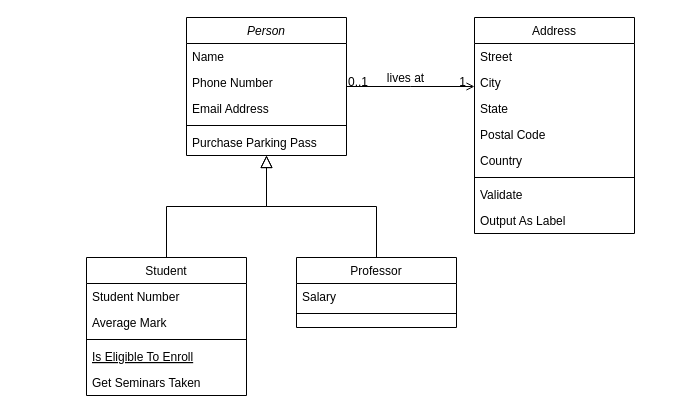
lvmq/emop keeps this draw.io diagram as EC.drawio. Above is the earlier version. Source tidied: cells renumbered, new cells numbered last; positions are measured from the earlier drawing's top-left corner, leaving out a move shared by most shapes. Both pictures are drawn from the tidied source at 100%, with x=0, y=0 at pixel (86, 17).
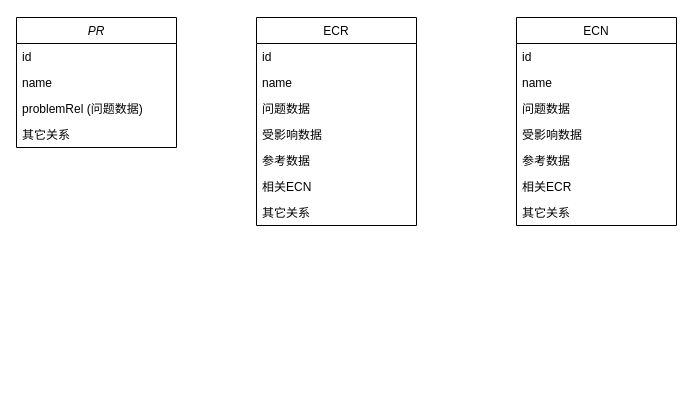
The same diagram, later.

Commit message:
定义变更模型

Diff of the diagram source:
```diff
@@
-    <mxCell id="2" value="Person" style="swimlane;fontStyle=2;align=center;verticalAlign=top;horizontal=1;startSize=26;rounded=0;shadow=0;strokeWidth=1;" parent="1" vertex="1">
-      <mxGeometry x="100" width="160" height="138" as="geometry" />
+    <mxCell id="2" value="PR" style="swimlane;fontStyle=2;align=center;verticalAlign=top;horizontal=1;startSize=26;rounded=0;shadow=0;strokeWidth=1;" parent="1" vertex="1">
+      <mxGeometry x="-70" width="160" height="130" as="geometry" />
     </mxCell>
-    <mxCell id="3" value="Name" style="text;align=left;verticalAlign=top;spacingLeft=4;spacingRight=4;overflow=hidden;" parent="2" vertex="1">
+    <mxCell id="3" value="id" style="text;align=left;verticalAlign=top;spacingLeft=4;spacingRight=4;overflow=hidden;" parent="2" vertex="1">
       <mxGeometry y="26" width="160" height="26" as="geometry" />
     </mxCell>
-    <mxCell id="4" value="Phone Number" style="text;align=left;verticalAlign=top;spacingLeft=4;spacingRight=4;overflow=hidden;rounded=0;shadow=0;html=0;" parent="2" vertex="1">
+    <mxCell id="4" value="name" style="text;align=left;verticalAlign=top;spacingLeft=4;spacingRight=4;overflow=hidden;rounded=0;shadow=0;html=0;" parent="2" vertex="1">
       <mxGeometry y="52" width="160" height="26" as="geometry" />
     </mxCell>
-    <mxCell id="5" value="Email Address" style="text;align=left;verticalAlign=top;spacingLeft=4;spacingRight=4;overflow=hidden;rounded=0;shadow=0;html=0;" parent="2" vertex="1">
+    <mxCell id="5" value="problemRel (问题数据)" style="text;align=left;verticalAlign=top;spacingLeft=4;spacingRight=4;overflow=hidden;rounded=0;shadow=0;html=0;" parent="2" vertex="1">
       <mxGeometry y="78" width="160" height="26" as="geometry" />
     </mxCell>
-    <mxCell id="6" style="line;html=1;strokeWidth=1;align=left;verticalAlign=middle;spacingTop=-1;spacingLeft=3;spacingRight=3;labelPosition=right;" parent="2" vertex="1">
-      <mxGeometry y="104" width="160" height="8" as="geometry" />
-    </mxCell>
-    <mxCell id="7" value="Purchase Parking Pass" style="text;align=left;verticalAlign=top;spacingLeft=4;spacingRight=4;overflow=hidden;" parent="2" vertex="1">
-      <mxGeometry y="112" width="160" height="26" as="geometry" />
-    </mxCell>
-    <mxCell id="8" value="Student" style="swimlane;fontStyle=0;align=center;verticalAlign=top;horizontal=1;startSize=26;rounded=0;shadow=0;strokeWidth=1;" parent="1" vertex="1">
-      <mxGeometry y="240" width="160" height="138" as="geometry" />
-    </mxCell>
-    <mxCell id="9" value="Student Number" style="text;align=left;verticalAlign=top;spacingLeft=4;spacingRight=4;overflow=hidden;" parent="8" vertex="1">
-      <mxGeometry y="26" width="160" height="26" as="geometry" />
-    </mxCell>
-    <mxCell id="10" value="Average Mark" style="text;align=left;verticalAlign=top;spacingLeft=4;spacingRight=4;overflow=hidden;rounded=0;shadow=0;html=0;" parent="8" vertex="1">
-      <mxGeometry y="52" width="160" height="26" as="geometry" />
-    </mxCell>
-    <mxCell id="11" style="line;html=1;strokeWidth=1;align=left;verticalAlign=middle;spacingTop=-1;spacingLeft=3;spacingRight=3;labelPosition=right;" parent="8" vertex="1">
-      <mxGeometry y="78" width="160" height="8" as="geometry" />
-    </mxCell>
-    <mxCell id="12" value="Is Eligible To Enroll" style="text;align=left;verticalAlign=top;spacingLeft=4;spacingRight=4;overflow=hidden;fontStyle=4;" parent="8" vertex="1">
-      <mxGeometry y="86" width="160" height="26" as="geometry" />
-    </mxCell>
-    <mxCell id="13" value="Get Seminars Taken" style="text;align=left;verticalAlign=top;spacingLeft=4;spacingRight=4;overflow=hidden;" parent="8" vertex="1">
-      <mxGeometry y="112" width="160" height="26" as="geometry" />
-    </mxCell>
-    <mxCell id="14" style="endArrow=block;endSize=10;endFill=0;shadow=0;strokeWidth=1;rounded=0;edgeStyle=elbowEdgeStyle;elbow=vertical;" parent="1" edge="1" source="8" target="2">
-      <mxGeometry relative="1" as="geometry" />
-    </mxCell>
+    <mxCell id="32" value="其它关系" style="text;align=left;verticalAlign=top;spacingLeft=4;spacingRight=4;overflow=hidden;rounded=0;shadow=0;html=0;" parent="2" vertex="1">
+      <mxGeometry y="104" width="160" height="26" as="geometry" />
+    </mxCell>
-    <mxCell id="15" value="Professor" style="swimlane;fontStyle=0;align=center;verticalAlign=top;horizontal=1;startSize=26;rounded=0;shadow=0;strokeWidth=1;" parent="1" vertex="1">
-      <mxGeometry x="210" y="240" width="160" height="70" as="geometry" />
+    <mxCell id="15" value="ECN" style="swimlane;fontStyle=0;align=center;verticalAlign=top;horizontal=1;startSize=26;rounded=0;shadow=0;strokeWidth=1;" parent="1" vertex="1">
+      <mxGeometry x="430" width="160" height="208" as="geometry" />
     </mxCell>
-    <mxCell id="16" value="Salary" style="text;align=left;verticalAlign=top;spacingLeft=4;spacingRight=4;overflow=hidden;" parent="15" vertex="1">
+    <mxCell id="16" value="id" style="text;align=left;verticalAlign=top;spacingLeft=4;spacingRight=4;overflow=hidden;" parent="15" vertex="1">
       <mxGeometry y="26" width="160" height="26" as="geometry" />
     </mxCell>
-    <mxCell id="17" style="line;html=1;strokeWidth=1;align=left;verticalAlign=middle;spacingTop=-1;spacingLeft=3;spacingRight=3;labelPosition=right;" parent="15" vertex="1">
-      <mxGeometry y="52" width="160" height="8" as="geometry" />
-    </mxCell>
-    <mxCell id="18" style="endArrow=block;endSize=10;endFill=0;shadow=0;strokeWidth=1;rounded=0;edgeStyle=elbowEdgeStyle;elbow=vertical;" parent="1" edge="1" source="15" target="2">
-      <mxGeometry relative="1" as="geometry" />
-    </mxCell>
+    <mxCell id="33" value="name" style="text;align=left;verticalAlign=top;spacingLeft=4;spacingRight=4;overflow=hidden;rounded=0;shadow=0;html=0;" parent="15" vertex="1">
+      <mxGeometry y="52" width="160" height="26" as="geometry" />
+    </mxCell>
+    <mxCell id="34" value="问题数据" style="text;align=left;verticalAlign=top;spacingLeft=4;spacingRight=4;overflow=hidden;rounded=0;shadow=0;html=0;" parent="15" vertex="1">
+      <mxGeometry y="78" width="160" height="26" as="geometry" />
+    </mxCell>
+    <mxCell id="35" value="受影响数据" style="text;align=left;verticalAlign=top;spacingLeft=4;spacingRight=4;overflow=hidden;rounded=0;shadow=0;html=0;" parent="15" vertex="1">
+      <mxGeometry y="104" width="160" height="26" as="geometry" />
+    </mxCell>
+    <mxCell id="36" value="参考数据" style="text;align=left;verticalAlign=top;spacingLeft=4;spacingRight=4;overflow=hidden;rounded=0;shadow=0;html=0;" parent="15" vertex="1">
+      <mxGeometry y="130" width="160" height="26" as="geometry" />
+    </mxCell>
+    <mxCell id="37" value="相关ECR" style="text;align=left;verticalAlign=top;spacingLeft=4;spacingRight=4;overflow=hidden;rounded=0;shadow=0;html=0;" parent="15" vertex="1">
+      <mxGeometry y="156" width="160" height="26" as="geometry" />
+    </mxCell>
+    <mxCell id="38" value="其它关系" style="text;align=left;verticalAlign=top;spacingLeft=4;spacingRight=4;overflow=hidden;rounded=0;shadow=0;html=0;" parent="15" vertex="1">
+      <mxGeometry y="182" width="160" height="26" as="geometry" />
+    </mxCell>
-    <mxCell id="19" value="Address" style="swimlane;fontStyle=0;align=center;verticalAlign=top;horizontal=1;startSize=26;rounded=0;shadow=0;strokeWidth=1;" parent="1" vertex="1">
-      <mxGeometry x="388" width="160" height="216" as="geometry" />
+    <mxCell id="19" value="ECR" style="swimlane;fontStyle=0;align=center;verticalAlign=top;horizontal=1;startSize=26;rounded=0;shadow=0;strokeWidth=1;" parent="1" vertex="1">
+      <mxGeometry x="170" width="160" height="208" as="geometry" />
     </mxCell>
-    <mxCell id="20" value="Street" style="text;align=left;verticalAlign=top;spacingLeft=4;spacingRight=4;overflow=hidden;" parent="19" vertex="1">
+    <mxCell id="20" value="id&#10;" style="text;align=left;verticalAlign=top;spacingLeft=4;spacingRight=4;overflow=hidden;" parent="19" vertex="1">
       <mxGeometry y="26" width="160" height="26" as="geometry" />
     </mxCell>
-    <mxCell id="21" value="City" style="text;align=left;verticalAlign=top;spacingLeft=4;spacingRight=4;overflow=hidden;rounded=0;shadow=0;html=0;" parent="19" vertex="1">
+    <mxCell id="21" value="name" style="text;align=left;verticalAlign=top;spacingLeft=4;spacingRight=4;overflow=hidden;rounded=0;shadow=0;html=0;" parent="19" vertex="1">
       <mxGeometry y="52" width="160" height="26" as="geometry" />
     </mxCell>
-    <mxCell id="22" value="State" style="text;align=left;verticalAlign=top;spacingLeft=4;spacingRight=4;overflow=hidden;rounded=0;shadow=0;html=0;" parent="19" vertex="1">
+    <mxCell id="22" value="问题数据" style="text;align=left;verticalAlign=top;spacingLeft=4;spacingRight=4;overflow=hidden;rounded=0;shadow=0;html=0;" parent="19" vertex="1">
       <mxGeometry y="78" width="160" height="26" as="geometry" />
     </mxCell>
-    <mxCell id="23" value="Postal Code" style="text;align=left;verticalAlign=top;spacingLeft=4;spacingRight=4;overflow=hidden;rounded=0;shadow=0;html=0;" parent="19" vertex="1">
+    <mxCell id="23" value="受影响数据" style="text;align=left;verticalAlign=top;spacingLeft=4;spacingRight=4;overflow=hidden;rounded=0;shadow=0;html=0;" parent="19" vertex="1">
       <mxGeometry y="104" width="160" height="26" as="geometry" />
     </mxCell>
-    <mxCell id="24" value="Country" style="text;align=left;verticalAlign=top;spacingLeft=4;spacingRight=4;overflow=hidden;rounded=0;shadow=0;html=0;" parent="19" vertex="1">
+    <mxCell id="24" value="参考数据" style="text;align=left;verticalAlign=top;spacingLeft=4;spacingRight=4;overflow=hidden;rounded=0;shadow=0;html=0;" parent="19" vertex="1">
       <mxGeometry y="130" width="160" height="26" as="geometry" />
     </mxCell>
-    <mxCell id="25" style="line;html=1;strokeWidth=1;align=left;verticalAlign=middle;spacingTop=-1;spacingLeft=3;spacingRight=3;labelPosition=right;" parent="19" vertex="1">
-      <mxGeometry y="156" width="160" height="8" as="geometry" />
-    </mxCell>
-    <mxCell id="26" value="Validate" style="text;align=left;verticalAlign=top;spacingLeft=4;spacingRight=4;overflow=hidden;" parent="19" vertex="1">
-      <mxGeometry y="164" width="160" height="26" as="geometry" />
-    </mxCell>
-    <mxCell id="27" value="Output As Label" style="text;align=left;verticalAlign=top;spacingLeft=4;spacingRight=4;overflow=hidden;" parent="19" vertex="1">
-      <mxGeometry y="190" width="160" height="26" as="geometry" />
+    <mxCell id="27" value="相关ECN" style="text;align=left;verticalAlign=top;spacingLeft=4;spacingRight=4;overflow=hidden;" parent="19" vertex="1">
+      <mxGeometry y="156" width="160" height="26" as="geometry" />
     </mxCell>
-    <mxCell id="28" style="endArrow=open;shadow=0;strokeWidth=1;rounded=0;endFill=1;edgeStyle=elbowEdgeStyle;elbow=vertical;" parent="1" edge="1" source="2" target="19">
-      <mxGeometry x="0.5" y="41" relative="1" as="geometry">
-        <mxPoint x="-40" y="32" as="offset" />
-      </mxGeometry>
-    </mxCell>
-    <mxCell id="29" value="0..1" style="align=left;verticalAlign=bottom;labelBackgroundColor=none;fontSize=12;" parent="28" vertex="1">
-      <mxGeometry x="-1" relative="1" as="geometry">
-        <mxPoint y="4" as="offset" />
-      </mxGeometry>
-    </mxCell>
-    <mxCell id="30" value="1" style="align=right;verticalAlign=bottom;labelBackgroundColor=none;fontSize=12;" parent="28" vertex="1">
-      <mxGeometry x="1" relative="1" as="geometry">
-        <mxPoint x="-7" y="4" as="offset" />
-      </mxGeometry>
-    </mxCell>
-    <mxCell id="31" value="lives at" style="text;html=1;align=center;verticalAlign=middle;labelBackgroundColor=none;rounded=0;shadow=0;strokeWidth=1;fontSize=12;" parent="28" vertex="1">
-      <mxGeometry x="0.5" y="49" relative="1" as="geometry">
-        <mxPoint x="-38" y="40" as="offset" />
-      </mxGeometry>
-    </mxCell>
+    <mxCell id="39" value="其它关系" style="text;align=left;verticalAlign=top;spacingLeft=4;spacingRight=4;overflow=hidden;rounded=0;shadow=0;html=0;" parent="19" vertex="1">
+      <mxGeometry y="182" width="160" height="26" as="geometry" />
+    </mxCell>
```
